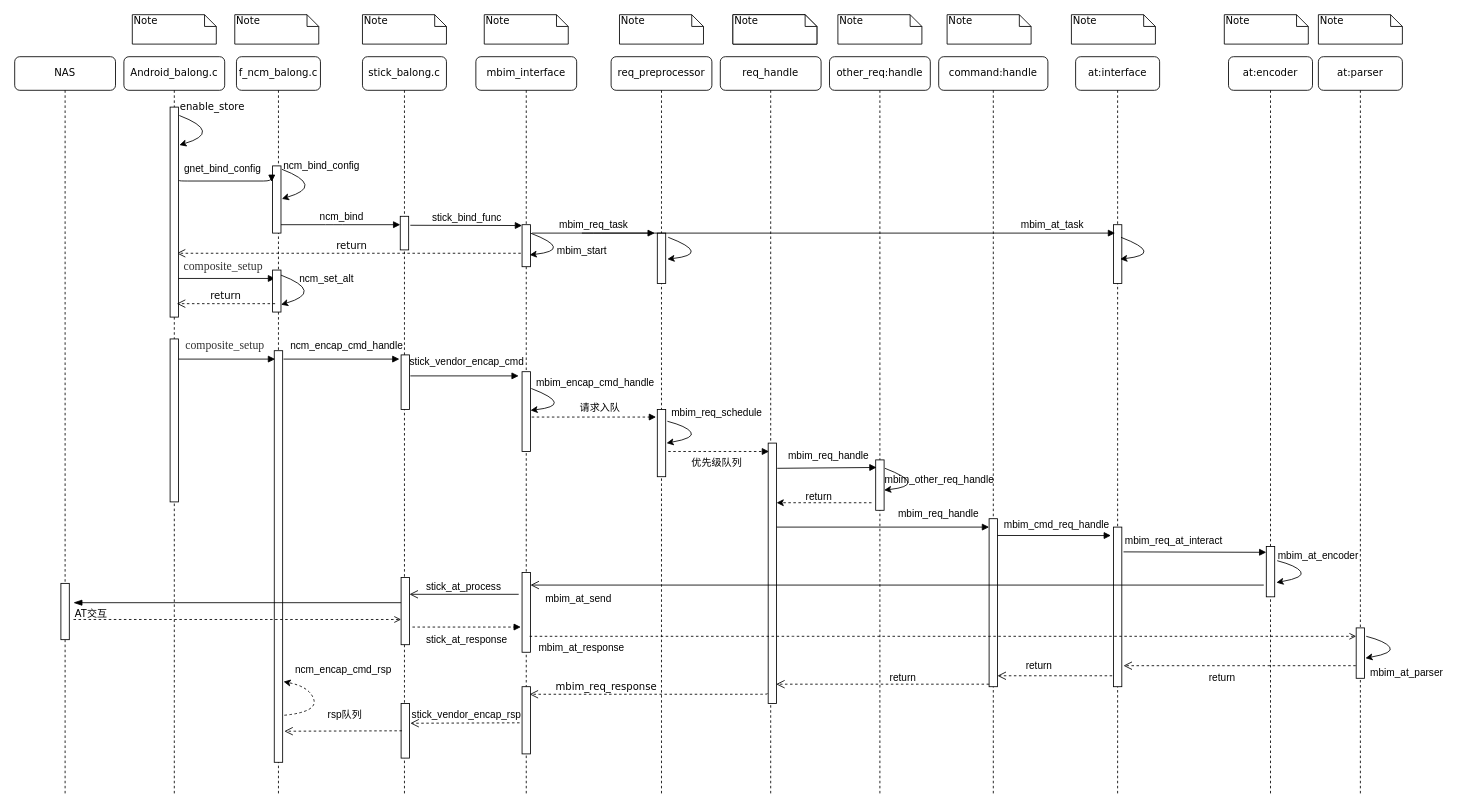
Above: MBIM.drawio in liuhongkang/paper (draw.io), before the change. Source tidied: cells renumbered, new cells numbered last; positions are measured from the earlier drawing's top-left corner, leaving out a move shared by most shapes. Both pictures are drawn from the tidied source at 84%, with x=0, y=0 at pixel (14, 14).
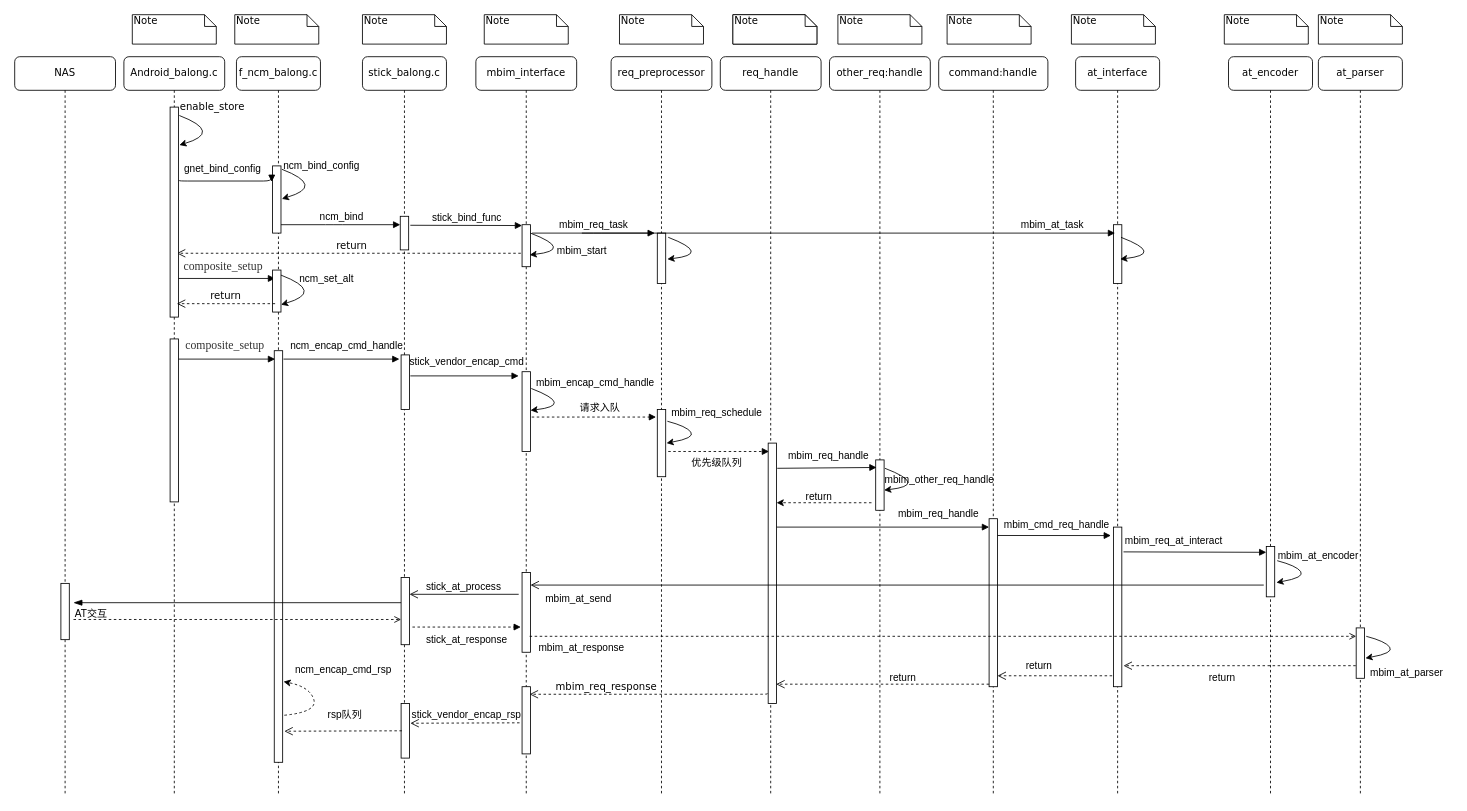
Above is the later version.

The edit, as a diff of the source:
```diff
@@
-    <mxCell id="40" value="at:encoder" style="shape=umlLifeline;perimeter=lifelinePerimeter;whiteSpace=wrap;html=1;rounded=1;shadow=0;comic=0;labelBackgroundColor=none;strokeWidth=1;fontFamily=Verdana;fontSize=12;align=center;" parent="1" vertex="1">
+    <mxCell id="40" value="at_encoder" style="shape=umlLifeline;perimeter=lifelinePerimeter;whiteSpace=wrap;html=1;rounded=1;shadow=0;comic=0;labelBackgroundColor=none;strokeWidth=1;fontFamily=Verdana;fontSize=12;align=center;" parent="1" vertex="1">
       <mxGeometry x="1445" y="50" width="100" height="880" as="geometry" />
     </mxCell>
@@
-    <mxCell id="43" value="at:parser" style="shape=umlLifeline;perimeter=lifelinePerimeter;whiteSpace=wrap;html=1;rounded=1;shadow=0;comic=0;labelBackgroundColor=none;strokeWidth=1;fontFamily=Verdana;fontSize=12;align=center;" parent="1" vertex="1">
+    <mxCell id="43" value="at_parser" style="shape=umlLifeline;perimeter=lifelinePerimeter;whiteSpace=wrap;html=1;rounded=1;shadow=0;comic=0;labelBackgroundColor=none;strokeWidth=1;fontFamily=Verdana;fontSize=12;align=center;" parent="1" vertex="1">
       <mxGeometry x="1552" y="50" width="100" height="880" as="geometry" />
     </mxCell>
@@
-    <mxCell id="110" value="at:interface" style="shape=umlLifeline;perimeter=lifelinePerimeter;whiteSpace=wrap;html=1;outlineConnect=0;rounded=1;shadow=0;comic=0;labelBackgroundColor=none;strokeWidth=1;fontFamily=Verdana;fontSize=12;align=center;" parent="1" vertex="1">
+    <mxCell id="110" value="at_interface" style="shape=umlLifeline;perimeter=lifelinePerimeter;whiteSpace=wrap;html=1;outlineConnect=0;rounded=1;shadow=0;comic=0;labelBackgroundColor=none;strokeWidth=1;fontFamily=Verdana;fontSize=12;align=center;" parent="1" vertex="1">
       <mxGeometry x="1263" y="50" width="100" height="880" as="geometry" />
     </mxCell>
```
